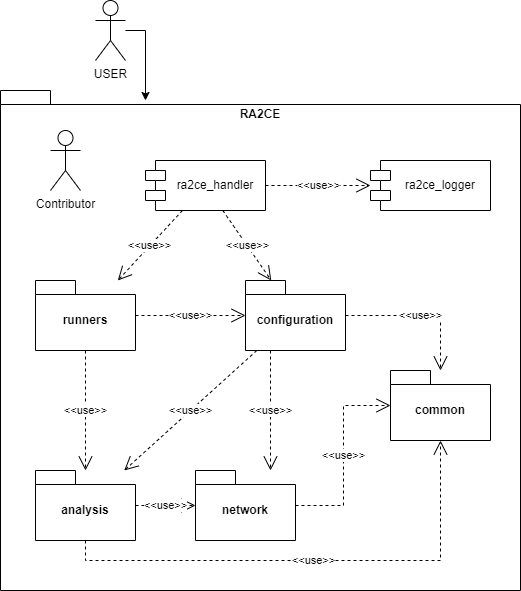
Deltares/ra2ce keeps this draw.io diagram as docs/_diagrams/ra2ce_package_overview.drawio.png. Above is the earlier version. Source tidied: cells renumbered, new cells last; positions are measured from the earlier drawing's top-left corner, leaving out a move shared by most shapes.
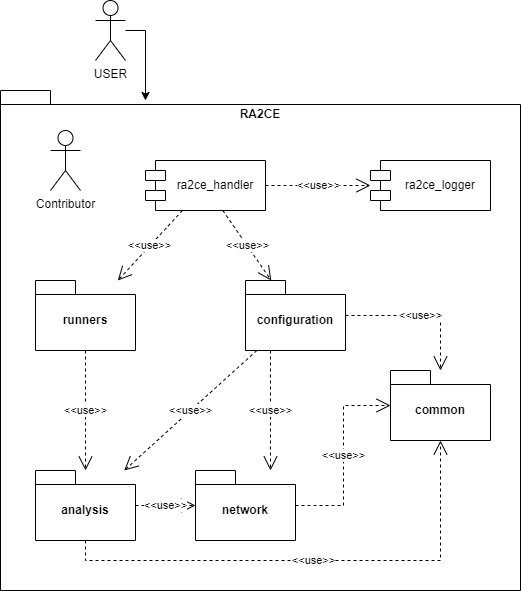
Later version of the same file.

Commit message:
docs: adjust readme and diagrams

What changed in the source:
```diff
@@ -1,4 +1,4 @@
-<mxGraphModel>
+<mxGraphModel background="#ffffff">
   <root>
     <mxCell id="0" />
     <mxCell id="1" parent="0" />
@@ -43,9 +43,6 @@
     <mxCell id="11" value="&amp;lt;&amp;lt;use&amp;gt;&amp;gt;" style="endArrow=open;endSize=12;dashed=1;html=1;rounded=0;" parent="1" edge="1" source="6" target="14">
       <mxGeometry relative="1" as="geometry" />
     </mxCell>
-    <mxCell id="12" value="&amp;lt;&amp;lt;use&amp;gt;&amp;gt;" style="endArrow=open;endSize=12;dashed=1;html=1;rounded=0;" parent="1" edge="1" source="8" target="14">
-      <mxGeometry relative="1" as="geometry" />
-    </mxCell>
     <mxCell id="13" value="common" style="shape=folder;fontStyle=1;spacingTop=10;tabWidth=40;tabHeight=14;tabPosition=left;html=1;whiteSpace=wrap;" parent="1" vertex="1">
       <mxGeometry x="390" y="370" width="100" height="70" as="geometry" />
     </mxCell>
```
